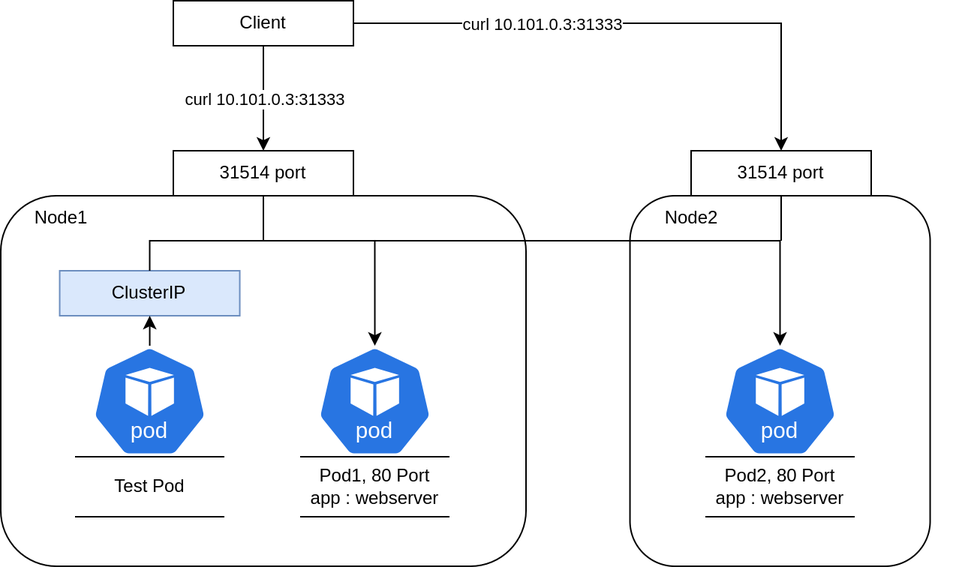
byounghak36/study keeps this draw.io diagram as Study/kubernetes/_image/K8S Service nodport.png. Above is the earlier version. Source tidied: cells renumbered, new cells last; positions are measured from the earlier drawing's top-left corner, leaving out a move shared by most shapes.
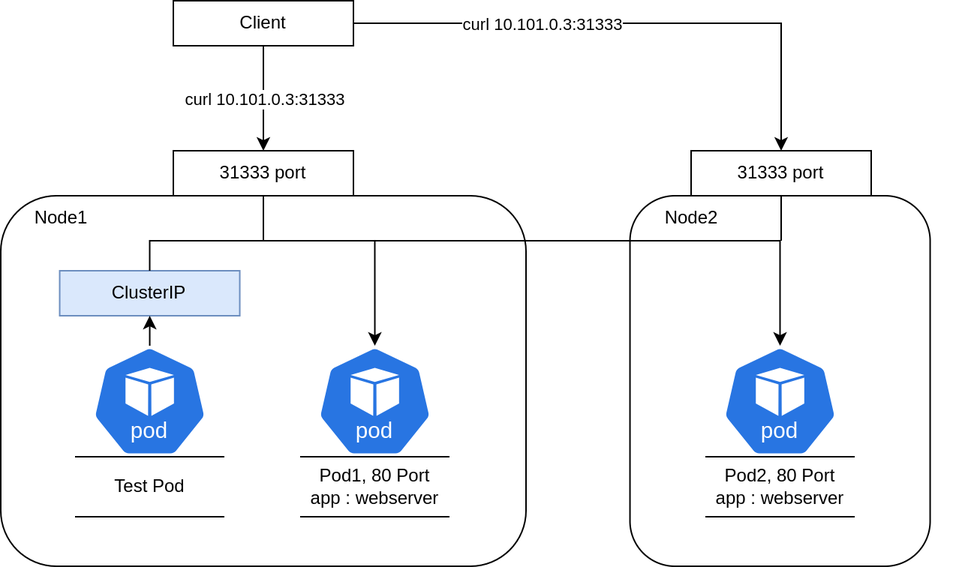
After the commit.

Commit message:
vault backup: 2024-05-14 11:48:07

What changed in the source:
```diff
@@ -54,7 +54,7 @@
     <mxCell id="17" value="ClusterIP" style="rounded=0;whiteSpace=wrap;html=1;fillColor=#dae8fc;strokeColor=#6c8ebf;" parent="1" vertex="1">
       <mxGeometry x="39.3" y="180" width="120" height="30" as="geometry" />
     </mxCell>
-    <mxCell id="18" value="31514 port" style="rounded=0;whiteSpace=wrap;html=1;" parent="1" vertex="1">
+    <mxCell id="18" value="31333 port" style="rounded=0;whiteSpace=wrap;html=1;" parent="1" vertex="1">
       <mxGeometry x="115" y="100" width="120" height="30" as="geometry" />
     </mxCell>
     <mxCell id="19" style="edgeStyle=orthogonalEdgeStyle;rounded=0;jettySize=auto;html=1;exitX=0.5;exitY=1;exitDx=0;exitDy=0;endArrow=none;endFill=0;" parent="1" edge="1" source="20">
@@ -62,7 +62,7 @@
         <mxPoint x="520" y="160" as="targetPoint" />
       </mxGeometry>
     </mxCell>
-    <mxCell id="20" value="31514 port" style="rounded=0;whiteSpace=wrap;html=1;" parent="1" vertex="1">
+    <mxCell id="20" value="31333 port" style="rounded=0;whiteSpace=wrap;html=1;" parent="1" vertex="1">
       <mxGeometry x="460" y="100" width="120" height="30" as="geometry" />
     </mxCell>
     <mxCell id="21" style="edgeStyle=orthogonalEdgeStyle;rounded=0;jettySize=auto;html=1;exitX=0.5;exitY=0;exitDx=0;exitDy=0;exitPerimeter=0;entryX=0.5;entryY=1;entryDx=0;entryDy=0;" parent="1" edge="1" source="13" target="17">
```
